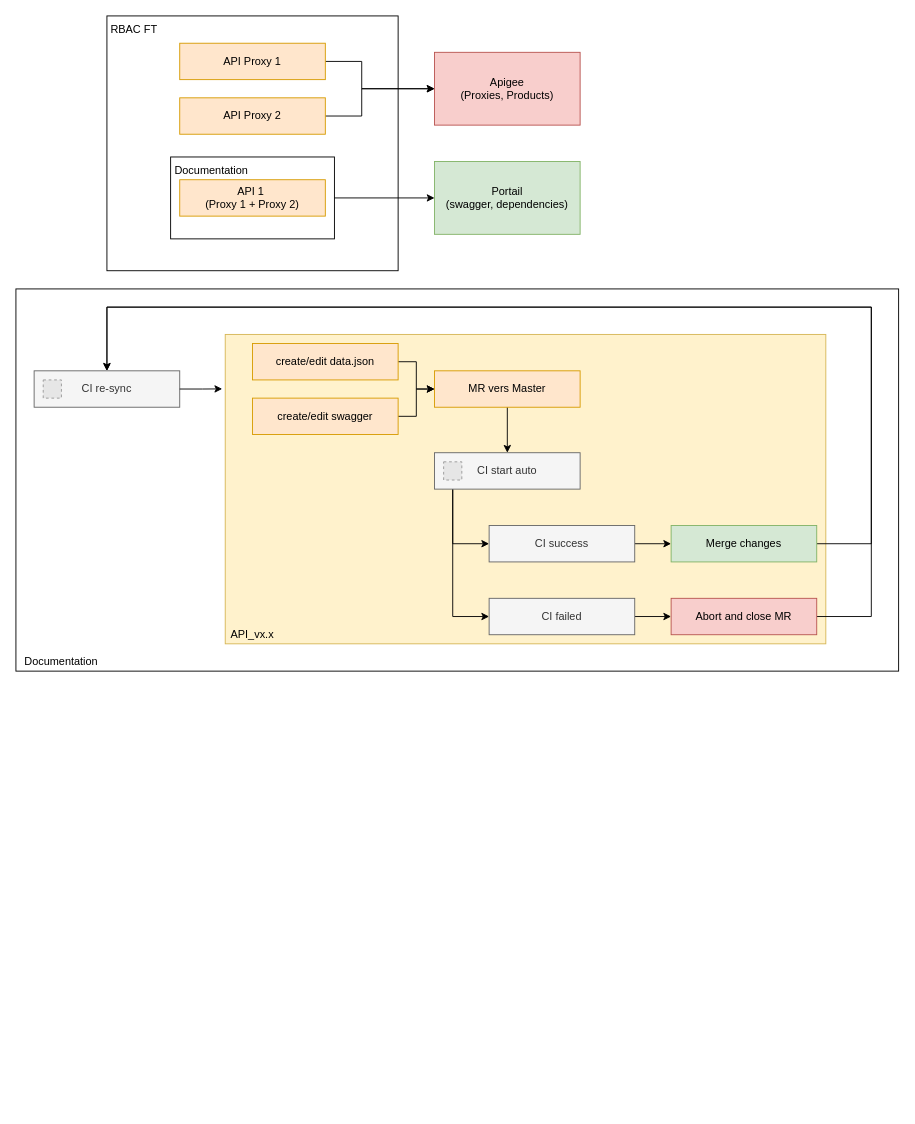
Above: page "Page-6" (6 of 6) of Pronovix-cicd-implementation.drawio in 41M3/draw.io (draw.io), before the change. Source tidied: cells renumbered, new cells numbered last; positions are measured from the earlier drawing's top-left corner, leaving out a move shared by most shapes. Both pictures are drawn from the tidied source at 91%, with x=0, y=0 at pixel (15, 15). Pictures stored in the file or linked from it are replaced by grey dashed boxes.
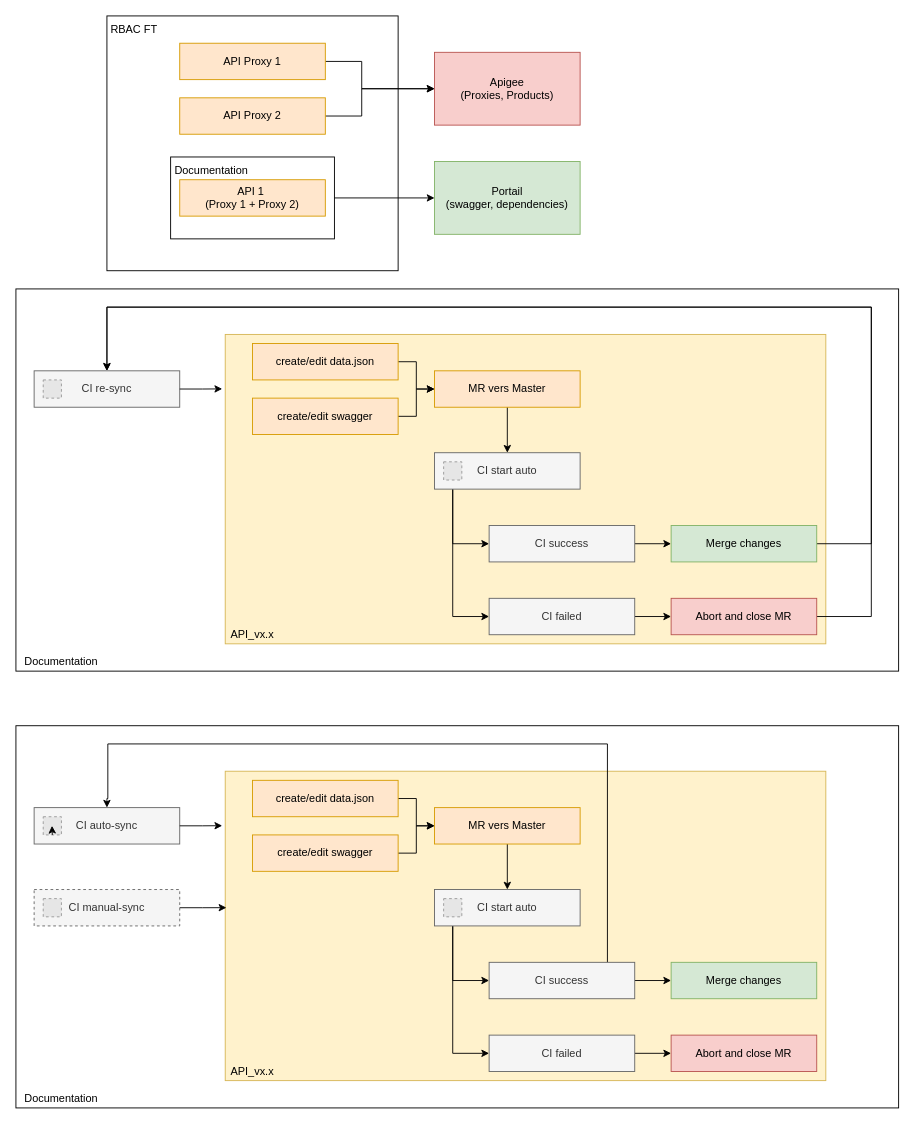
After the change.

Commit message:
Mettre à jour Pronovix-cicd-implementation.drawio

What changed in the source:
```diff
@@
+    <mxCell id="39" style="rounded=0;whiteSpace=wrap;html=1;" parent="1" vertex="1">
+      <mxGeometry y="780" width="970" height="420" as="geometry" />
+    </mxCell>
+    <mxCell id="40" style="rounded=0;whiteSpace=wrap;html=1;fillColor=#fff2cc;strokeColor=#d6b656;" parent="1" vertex="1">
+      <mxGeometry x="230" y="830" width="660" height="340" as="geometry" />
+    </mxCell>
+    <mxCell id="41" style="edgeStyle=orthogonalEdgeStyle;rounded=0;jettySize=auto;html=1;" parent="1" edge="1" source="56" target="44">
+      <mxGeometry relative="1" as="geometry" />
+    </mxCell>
+    <mxCell id="42" style="edgeStyle=orthogonalEdgeStyle;rounded=0;jettySize=auto;html=1;entryX=0;entryY=0.5;entryDx=0;entryDy=0;" parent="1" edge="1" source="57" target="44">
+      <mxGeometry relative="1" as="geometry" />
+    </mxCell>
+    <mxCell id="43" style="edgeStyle=orthogonalEdgeStyle;rounded=0;jettySize=auto;html=1;entryX=0.5;entryY=0;entryDx=0;entryDy=0;" parent="1" edge="1" source="44" target="55">
+      <mxGeometry relative="1" as="geometry" />
+    </mxCell>
+    <mxCell id="44" value="MR vers Master" style="rounded=0;whiteSpace=wrap;html=1;fillColor=#ffe6cc;strokeColor=#d79b00;" parent="1" vertex="1">
+      <mxGeometry x="460" y="870" width="160" height="40" as="geometry" />
+    </mxCell>
+    <mxCell id="45" style="edgeStyle=orthogonalEdgeStyle;rounded=0;jettySize=auto;html=1;entryX=0;entryY=0.5;entryDx=0;entryDy=0;" parent="1" edge="1" source="47" target="50">
+      <mxGeometry relative="1" as="geometry" />
+    </mxCell>
+    <mxCell id="46" style="edgeStyle=orthogonalEdgeStyle;rounded=0;jettySize=auto;html=1;entryX=0.5;entryY=0;entryDx=0;entryDy=0;" parent="1" edge="1" source="47" target="52">
+      <mxGeometry relative="1" as="geometry">
+        <Array as="points">
+          <mxPoint x="650" y="800" />
+          <mxPoint x="101" y="800" />
+          <mxPoint x="101" y="860" />
+        </Array>
+      </mxGeometry>
+    </mxCell>
+    <mxCell id="47" value="CI success" style="rounded=0;whiteSpace=wrap;html=1;fillColor=#f5f5f5;strokeColor=#666666;fontColor=#333333;" parent="1" vertex="1">
+      <mxGeometry x="520" y="1040" width="160" height="40" as="geometry" />
+    </mxCell>
+    <mxCell id="48" style="edgeStyle=orthogonalEdgeStyle;rounded=0;jettySize=auto;html=1;" parent="1" edge="1" source="49" target="51">
+      <mxGeometry relative="1" as="geometry" />
+    </mxCell>
+    <mxCell id="49" value="CI failed" style="rounded=0;whiteSpace=wrap;html=1;fillColor=#f5f5f5;strokeColor=#666666;fontColor=#333333;" parent="1" vertex="1">
+      <mxGeometry x="520" y="1120" width="160" height="40" as="geometry" />
+    </mxCell>
+    <mxCell id="50" value="Merge changes" style="rounded=0;whiteSpace=wrap;html=1;fillColor=#d5e8d4;strokeColor=#82b366;" parent="1" vertex="1">
+      <mxGeometry x="720" y="1040" width="160" height="40" as="geometry" />
+    </mxCell>
+    <mxCell id="51" value="Abort and close MR" style="rounded=0;whiteSpace=wrap;html=1;fillColor=#f8cecc;strokeColor=#b85450;" parent="1" vertex="1">
+      <mxGeometry x="720" y="1120" width="160" height="40" as="geometry" />
+    </mxCell>
+    <mxCell id="52" value="CI auto-sync" style="rounded=0;whiteSpace=wrap;html=1;fillColor=#f5f5f5;strokeColor=#666666;fontColor=#333333;" parent="1" vertex="1">
+      <mxGeometry x="20" y="870" width="160" height="40" as="geometry" />
+    </mxCell>
+    <mxCell id="53" style="edgeStyle=orthogonalEdgeStyle;rounded=0;jettySize=auto;html=1;entryX=0;entryY=0.5;entryDx=0;entryDy=0;" parent="1" edge="1" source="55" target="49">
+      <mxGeometry relative="1" as="geometry">
+        <Array as="points">
+          <mxPoint x="480" y="1140" />
+        </Array>
+      </mxGeometry>
+    </mxCell>
+    <mxCell id="54" style="edgeStyle=orthogonalEdgeStyle;rounded=0;jettySize=auto;html=1;entryX=0;entryY=0.5;entryDx=0;entryDy=0;" parent="1" edge="1" source="55" target="47">
+      <mxGeometry relative="1" as="geometry">
+        <Array as="points">
+          <mxPoint x="480" y="1060" />
+        </Array>
+      </mxGeometry>
+    </mxCell>
+    <mxCell id="55" value="CI start auto" style="rounded=0;whiteSpace=wrap;html=1;fillColor=#f5f5f5;strokeColor=#666666;fontColor=#333333;" parent="1" vertex="1">
+      <mxGeometry x="460" y="960" width="160" height="40" as="geometry" />
+    </mxCell>
+    <mxCell id="56" value="create/edit data.json" style="rounded=0;whiteSpace=wrap;html=1;fillColor=#ffe6cc;strokeColor=#d79b00;" parent="1" vertex="1">
+      <mxGeometry x="260" y="840" width="160" height="40" as="geometry" />
+    </mxCell>
+    <mxCell id="57" value="create/edit swagger" style="rounded=0;whiteSpace=wrap;html=1;fillColor=#ffe6cc;strokeColor=#d79b00;" parent="1" vertex="1">
+      <mxGeometry x="260" y="900" width="160" height="40" as="geometry" />
+    </mxCell>
+    <mxCell id="58" value="API_vx.x" style="text;html=1;align=center;verticalAlign=middle;whiteSpace=wrap;rounded=0;rotation=0;" parent="1" vertex="1">
+      <mxGeometry x="230" y="1150" width="60" height="20" as="geometry" />
+    </mxCell>
+    <mxCell id="59" style="fillColor=#E6E6E6;strokeColor=#999999;dashed=1;verticalLabelPosition=bottom;labelBackgroundColor=default;verticalAlign=top;fontColor=#7F00FF;" parent="1" vertex="1">
+      <mxGeometry x="470" y="970" width="20" height="20" as="geometry" />
+    </mxCell>
+    <mxCell id="60" style="fillColor=#E6E6E6;strokeColor=#999999;dashed=1;verticalLabelPosition=bottom;labelBackgroundColor=default;verticalAlign=top;fontColor=#7F00FF;" parent="1" vertex="1">
+      <mxGeometry x="30" y="880" width="20" height="20" as="geometry" />
+    </mxCell>
+    <mxCell id="61" style="edgeStyle=orthogonalEdgeStyle;rounded=0;jettySize=auto;html=1;entryX=-0.005;entryY=0.176;entryDx=0;entryDy=0;entryPerimeter=0;" parent="1" edge="1" source="52" target="40">
+      <mxGeometry relative="1" as="geometry" />
+    </mxCell>
+    <mxCell id="62" value="Documentation" style="text;html=1;align=center;verticalAlign=middle;whiteSpace=wrap;rounded=0;rotation=0;" parent="1" vertex="1">
+      <mxGeometry x="20" y="1180" width="60" height="20" as="geometry" />
+    </mxCell>
+    <mxCell id="63" style="edgeStyle=orthogonalEdgeStyle;rounded=0;orthogonalLoop=1;jettySize=auto;html=1;exitX=0.5;exitY=1;exitDx=0;exitDy=0;entryX=0.482;entryY=0.5;entryDx=0;entryDy=0;entryPerimeter=0;" parent="1" edge="1" source="60" target="60">
+      <mxGeometry relative="1" as="geometry" />
+    </mxCell>
+    <mxCell id="64" value="CI manual-sync" style="rounded=0;whiteSpace=wrap;html=1;fillColor=#f5f5f5;strokeColor=#666666;fontColor=#333333;dashed=1;" parent="1" vertex="1">
+      <mxGeometry x="20" y="960" width="160" height="40" as="geometry" />
+    </mxCell>
+    <mxCell id="65" style="fillColor=#E6E6E6;strokeColor=#999999;dashed=1;verticalLabelPosition=bottom;labelBackgroundColor=default;verticalAlign=top;fontColor=#7F00FF;" parent="1" vertex="1">
+      <mxGeometry x="30" y="970" width="20" height="20" as="geometry" />
+    </mxCell>
+    <mxCell id="66" style="edgeStyle=orthogonalEdgeStyle;rounded=0;jettySize=auto;html=1;entryX=0.002;entryY=0.441;entryDx=0;entryDy=0;entryPerimeter=0;" parent="1" edge="1" source="64" target="40">
+      <mxGeometry relative="1" as="geometry" />
+    </mxCell>
```
